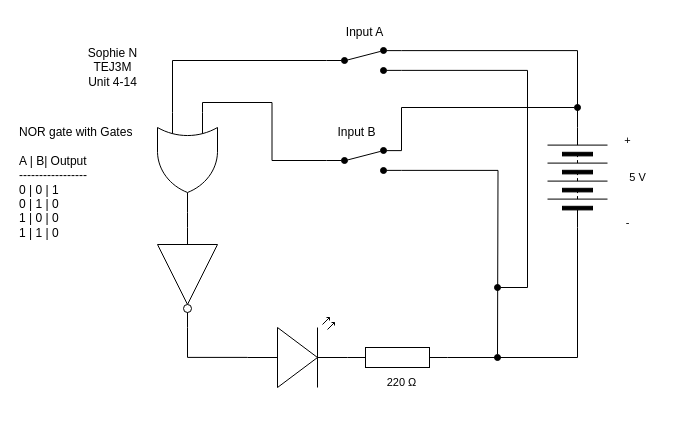
Earlier version of the draw.io diagram unit4-14/4-14diagram.drawio (sophie-nguyen-0/TEJ3M-Unit4). Source tidied: cells renumbered, new cells numbered last; positions are measured from the earlier drawing's top-left corner, leaving out a move shared by most shapes. Both pictures are drawn from the tidied source at 100%, with x=0, y=0 at pixel (17, 17).
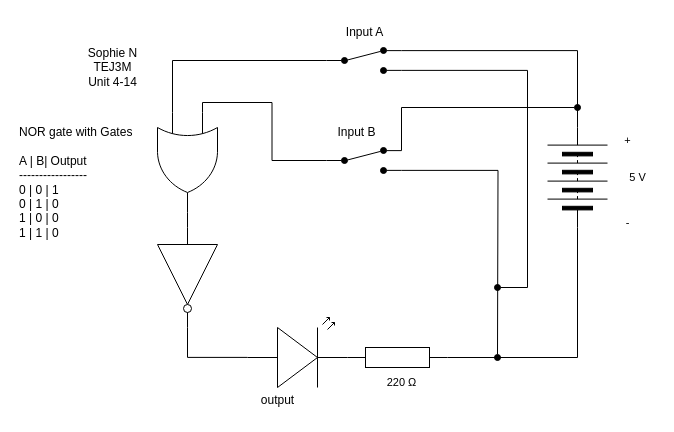
Above is the later version.

What changed in the source:
```diff
@@
+    <mxCell id="26" value="output" style="text;html=1;align=center;verticalAlign=middle;strokeColor=none;fillColor=none;" parent="1" vertex="1">
+      <mxGeometry x="230" y="368" width="60" height="30" as="geometry" />
+    </mxCell>
```
